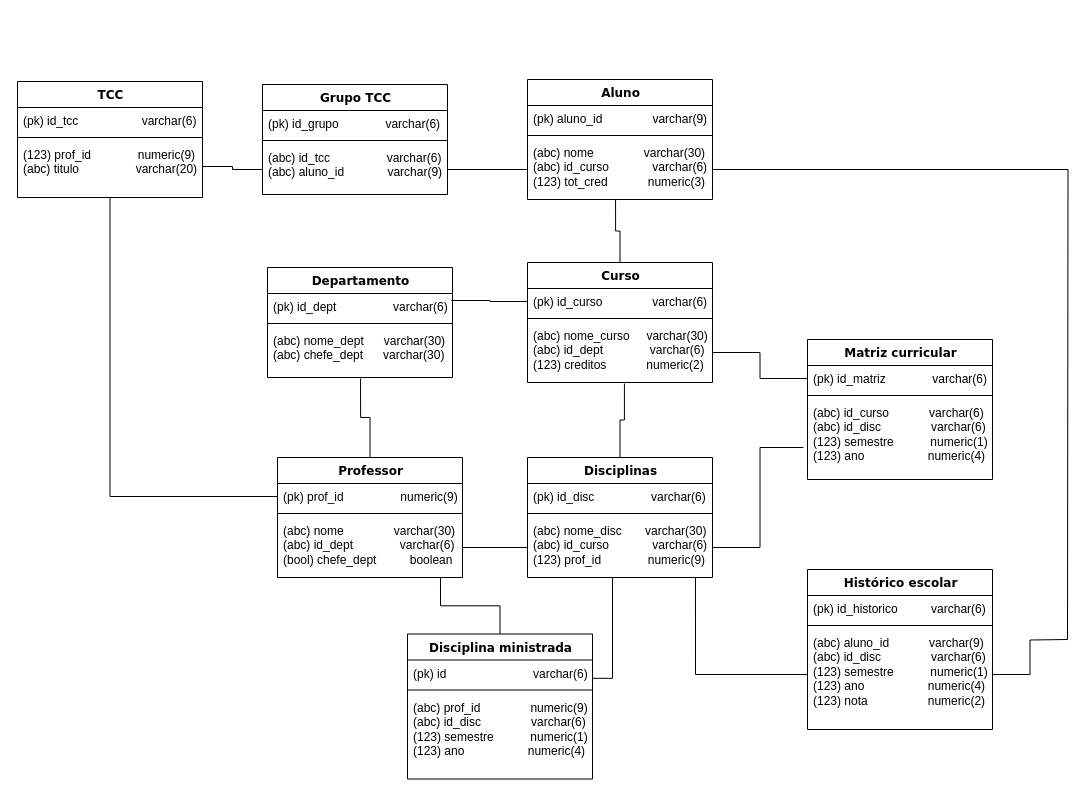
Earlier version of the draw.io diagram Diagrama sem nome.drawio (PedroRocha03/proj_banco_de_dados). Source tidied: cells renumbered, new cells numbered last; positions are measured from the earlier drawing's top-left corner, leaving out a move shared by most shapes. Both pictures are drawn from the tidied source at 100%, with x=0, y=0 at pixel (17, 17).
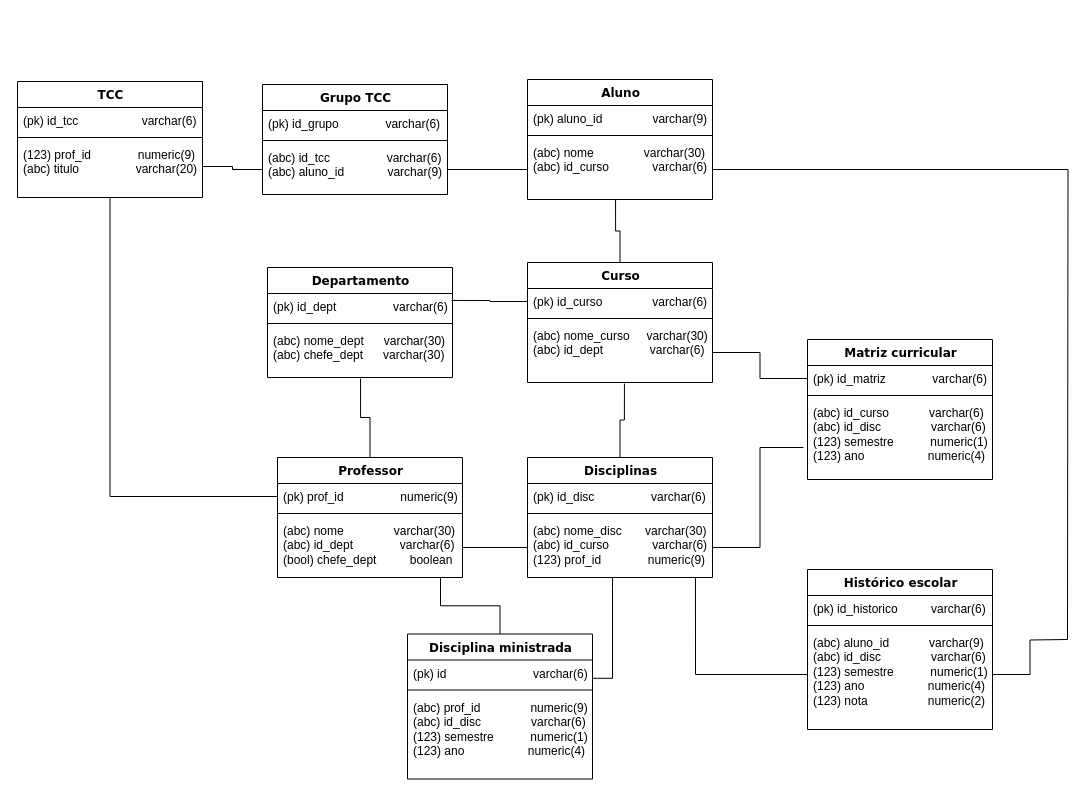
The same page after the edit.

Commit message:
Diagrama relacional final

The change refers to these unchanged cells:
```xml
<mxCell id="2" value="Aluno" style="swimlane;html=1;fontStyle=1;align=center;verticalAlign=top;horizontal=1;startSize=26;swimlaneFillColor=#ffffff;rounded=0;shadow=0;comic=0;labelBackgroundColor=none;strokeWidth=1;fillColor=none;fontFamily=Verdana;fontSize=12;" parent="1" vertex="1">
  <mxGeometry x="510" y="62" width="185" height="120" as="geometry" />
</mxCell>
<mxCell id="12" value="Curso" style="swimlane;html=1;fontStyle=1;align=center;verticalAlign=top;horizontal=1;startSize=26;swimlaneFillColor=#ffffff;rounded=0;shadow=0;comic=0;labelBackgroundColor=none;strokeWidth=1;fillColor=none;fontFamily=Verdana;fontSize=12;" parent="1" vertex="1">
  <mxGeometry x="510" y="245" width="185" height="120" as="geometry" />
</mxCell>
```

Diff of the diagram source:
```diff
@@
-    <mxCell id="6" value="(abc) nome&amp;nbsp; &amp;nbsp; &amp;nbsp; &amp;nbsp; &amp;nbsp; &amp;nbsp; &amp;nbsp; &amp;nbsp;varchar(30)&lt;div&gt;(abc) id_curso&amp;nbsp; &amp;nbsp; &amp;nbsp; &amp;nbsp; &amp;nbsp; &amp;nbsp; &amp;nbsp;varchar(6)&lt;/div&gt;&lt;div&gt;(123) tot_cred&amp;nbsp; &amp;nbsp; &amp;nbsp; &amp;nbsp; &amp;nbsp; &amp;nbsp; numeric(3)&lt;/div&gt;" style="text;html=1;strokeColor=none;fillColor=none;align=left;verticalAlign=top;spacingLeft=4;spacingRight=4;whiteSpace=wrap;overflow=hidden;points=[[0,0.5],[1,0.5]];portConstraint=eastwest;" parent="2" vertex="1">
+    <mxCell id="6" value="(abc) nome&amp;nbsp; &amp;nbsp; &amp;nbsp; &amp;nbsp; &amp;nbsp; &amp;nbsp; &amp;nbsp; &amp;nbsp;varchar(30)&lt;div&gt;(abc) id_curso&amp;nbsp; &amp;nbsp; &amp;nbsp; &amp;nbsp; &amp;nbsp; &amp;nbsp; &amp;nbsp;varchar(6)&lt;/div&gt;&lt;div&gt;&lt;br&gt;&lt;/div&gt;" style="text;html=1;strokeColor=none;fillColor=none;align=left;verticalAlign=top;spacingLeft=4;spacingRight=4;whiteSpace=wrap;overflow=hidden;points=[[0,0.5],[1,0.5]];portConstraint=eastwest;" parent="2" vertex="1">
       <mxGeometry y="60" width="185" height="60" as="geometry" />
     </mxCell>
@@
-    <mxCell id="15" value="(abc) nome_curso&amp;nbsp; &amp;nbsp; &amp;nbsp;varchar(30)&lt;div&gt;(abc) id_dept&amp;nbsp; &amp;nbsp; &amp;nbsp; &amp;nbsp; &amp;nbsp; &amp;nbsp; &amp;nbsp; varchar(6)&lt;/div&gt;&lt;div&gt;(123) creditos&amp;nbsp; &amp;nbsp; &amp;nbsp; &amp;nbsp; &amp;nbsp; &amp;nbsp; numeric(2)&lt;/div&gt;" style="text;html=1;strokeColor=none;fillColor=none;align=left;verticalAlign=top;spacingLeft=4;spacingRight=4;whiteSpace=wrap;overflow=hidden;points=[[0,0.5],[1,0.5]];portConstraint=eastwest;" parent="12" vertex="1">
+    <mxCell id="15" value="(abc) nome_curso&amp;nbsp; &amp;nbsp; &amp;nbsp;varchar(30)&lt;div&gt;(abc) id_dept&amp;nbsp; &amp;nbsp; &amp;nbsp; &amp;nbsp; &amp;nbsp; &amp;nbsp; &amp;nbsp; varchar(6)&lt;/div&gt;&lt;div&gt;&lt;br&gt;&lt;/div&gt;" style="text;html=1;strokeColor=none;fillColor=none;align=left;verticalAlign=top;spacingLeft=4;spacingRight=4;whiteSpace=wrap;overflow=hidden;points=[[0,0.5],[1,0.5]];portConstraint=eastwest;" parent="12" vertex="1">
       <mxGeometry y="60" width="185" height="60" as="geometry" />
     </mxCell>
```
